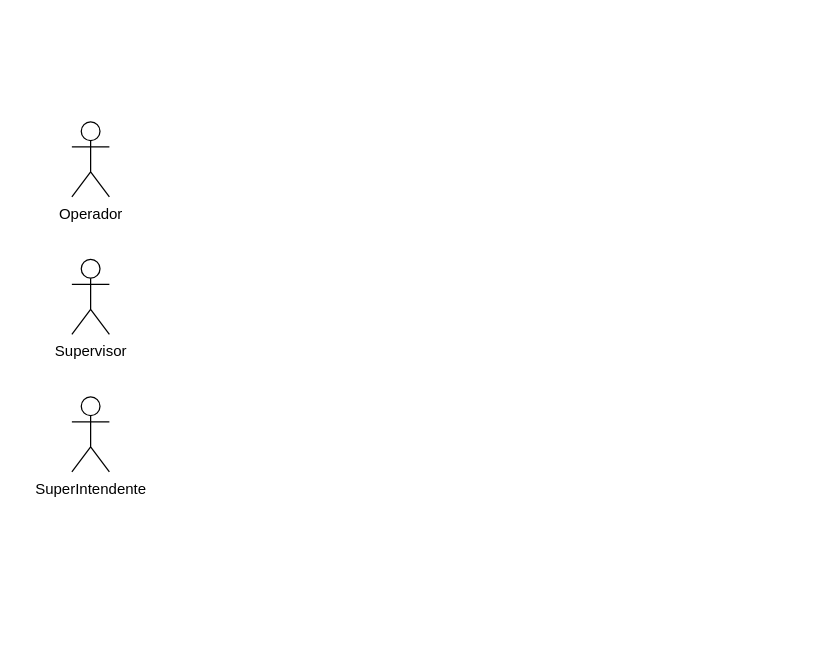
The draw.io diagram CasosDeUso.Drawio in NEODevs-T/LibroNovedades, before the edit. Source tidied: cells renumbered, new cells numbered last; positions are measured from the earlier drawing's top-left corner, leaving out a move shared by most shapes. Both pictures are drawn from the tidied source at 125%, with x=0, y=0 at pixel (71, 121).
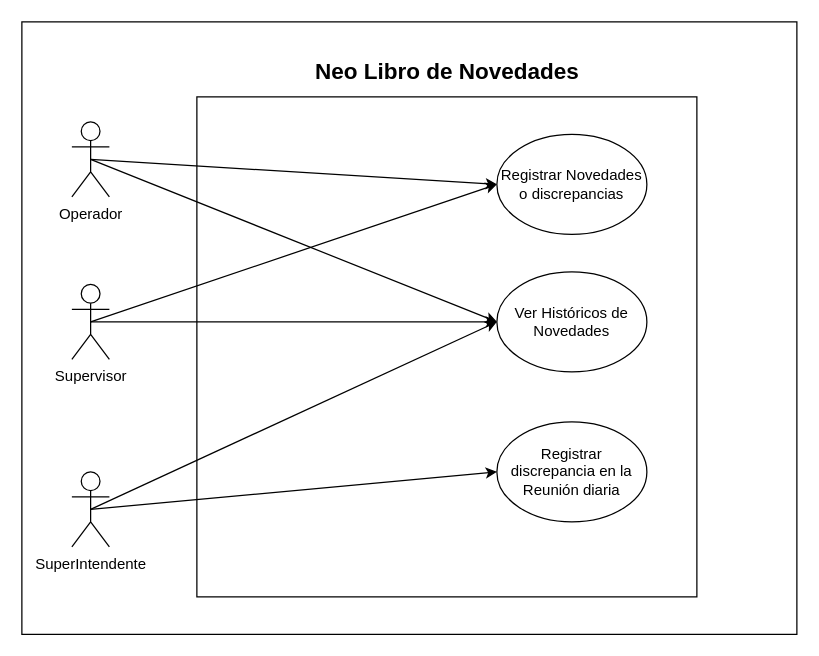
The same page after the edit.

Commit message (it also covers changes not shown here):
Cambios en el README y los Diagramas

The edit, as a diff of the source:
```diff
@@
 <mxGraphModel>
   <root>
     <mxCell id="0" />
     <mxCell id="1" parent="0" />
+    <mxCell id="5" style="rounded=0;whiteSpace=wrap;html=1;" parent="1" vertex="1">
+      <mxGeometry x="-40" y="-80" width="620" height="490" as="geometry" />
+    </mxCell>
+    <mxCell id="6" style="whiteSpace=wrap;html=1;" parent="1" vertex="1">
+      <mxGeometry x="100" y="-20" width="400" height="400" as="geometry" />
+    </mxCell>
+    <mxCell id="7" style="edgeStyle=none;html=1;exitX=0.5;exitY=0.5;exitDx=0;exitDy=0;exitPerimeter=0;entryX=0;entryY=0.5;entryDx=0;entryDy=0;" parent="1" edge="1" source="2" target="13">
+      <mxGeometry relative="1" as="geometry" />
+    </mxCell>
+    <mxCell id="8" style="edgeStyle=none;html=1;exitX=0.5;exitY=0.5;exitDx=0;exitDy=0;exitPerimeter=0;entryX=0;entryY=0.5;entryDx=0;entryDy=0;" parent="1" edge="1" source="2" target="14">
+      <mxGeometry relative="1" as="geometry" />
+    </mxCell>
     <mxCell id="2" value="Operador" style="shape=umlActor;verticalLabelPosition=bottom;verticalAlign=top;html=1;outlineConnect=0;" parent="1" vertex="1">
       <mxGeometry width="30" height="60" as="geometry" />
     </mxCell>
+    <mxCell id="9" style="edgeStyle=none;html=1;exitX=0.5;exitY=0.5;exitDx=0;exitDy=0;exitPerimeter=0;entryX=0;entryY=0.5;entryDx=0;entryDy=0;" parent="1" edge="1" source="3" target="14">
+      <mxGeometry relative="1" as="geometry" />
+    </mxCell>
+    <mxCell id="10" style="edgeStyle=none;html=1;exitX=0.5;exitY=0.5;exitDx=0;exitDy=0;exitPerimeter=0;entryX=0;entryY=0.5;entryDx=0;entryDy=0;" parent="1" edge="1" source="3" target="13">
+      <mxGeometry relative="1" as="geometry" />
+    </mxCell>
     <mxCell id="3" value="Supervisor" style="shape=umlActor;verticalLabelPosition=bottom;verticalAlign=top;html=1;outlineConnect=0;" parent="1" vertex="1">
-      <mxGeometry y="110" width="30" height="60" as="geometry" />
+      <mxGeometry y="130" width="30" height="60" as="geometry" />
     </mxCell>
+    <mxCell id="11" style="edgeStyle=none;html=1;exitX=0.5;exitY=0.5;exitDx=0;exitDy=0;exitPerimeter=0;entryX=0;entryY=0.5;entryDx=0;entryDy=0;" parent="1" edge="1" source="4" target="15">
+      <mxGeometry relative="1" as="geometry" />
+    </mxCell>
+    <mxCell id="12" style="edgeStyle=none;html=1;exitX=0.5;exitY=0.5;exitDx=0;exitDy=0;exitPerimeter=0;entryX=0;entryY=0.5;entryDx=0;entryDy=0;" parent="1" edge="1" source="4" target="14">
+      <mxGeometry relative="1" as="geometry" />
+    </mxCell>
     <mxCell id="4" value="SuperIntendente" style="shape=umlActor;verticalLabelPosition=bottom;verticalAlign=top;html=1;outlineConnect=0;" parent="1" vertex="1">
-      <mxGeometry y="220" width="30" height="60" as="geometry" />
+      <mxGeometry y="280" width="30" height="60" as="geometry" />
     </mxCell>
+    <mxCell id="13" value="Registrar Novedades o discrepancias" style="ellipse;whiteSpace=wrap;html=1;" parent="1" vertex="1">
+      <mxGeometry x="340" y="10" width="120" height="80" as="geometry" />
+    </mxCell>
+    <mxCell id="14" value="Ver Históricos de Novedades" style="ellipse;whiteSpace=wrap;html=1;" parent="1" vertex="1">
+      <mxGeometry x="340" y="120" width="120" height="80" as="geometry" />
+    </mxCell>
+    <mxCell id="15" value="Registrar discrepancia en la Reunión diaria" style="ellipse;whiteSpace=wrap;html=1;" parent="1" vertex="1">
+      <mxGeometry x="340" y="240" width="120" height="80" as="geometry" />
+    </mxCell>
+    <mxCell id="16" value="&lt;b&gt;&lt;font style=&quot;font-size: 18px;&quot;&gt;Neo Libro de Novedades&lt;/font&gt;&lt;/b&gt;" style="text;html=1;align=center;verticalAlign=middle;strokeColor=none;fillColor=none;" parent="1" vertex="1">
+      <mxGeometry x="185" y="-60" width="230" height="40" as="geometry" />
+    </mxCell>
   </root>
 </mxGraphModel>
```
